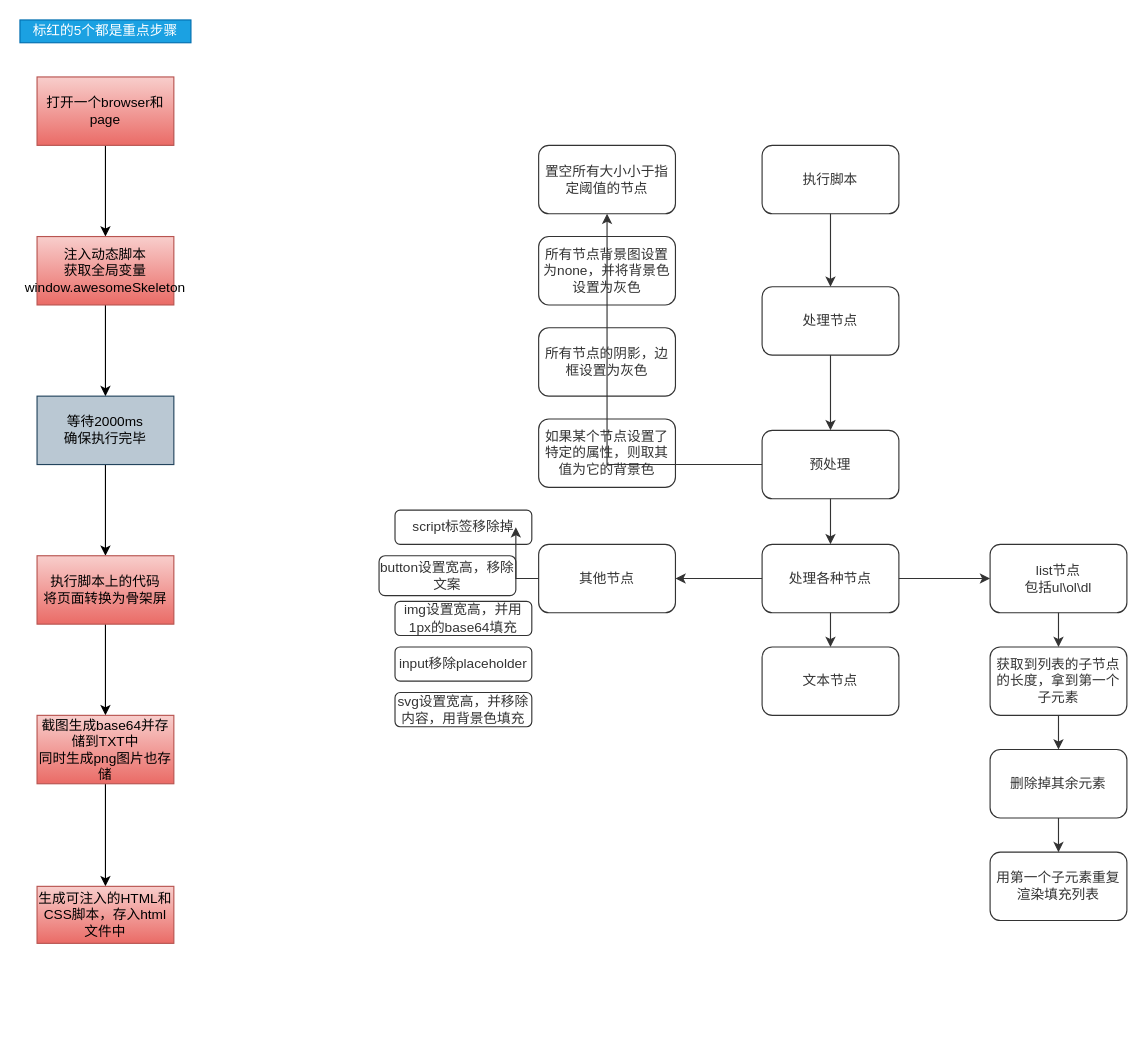
This is page "Page-1" (2 of 2) of doc/基本流程.drawio from Cecilia-Hee/panda-skeleton, a draw.io file, before an edit. Source tidied: cells renumbered, new cells numbered last; positions are measured from the earlier drawing's top-left corner, leaving out a move shared by most shapes. Both pictures are drawn from the tidied source at 114%, with x=0, y=0 at pixel (19, 19).
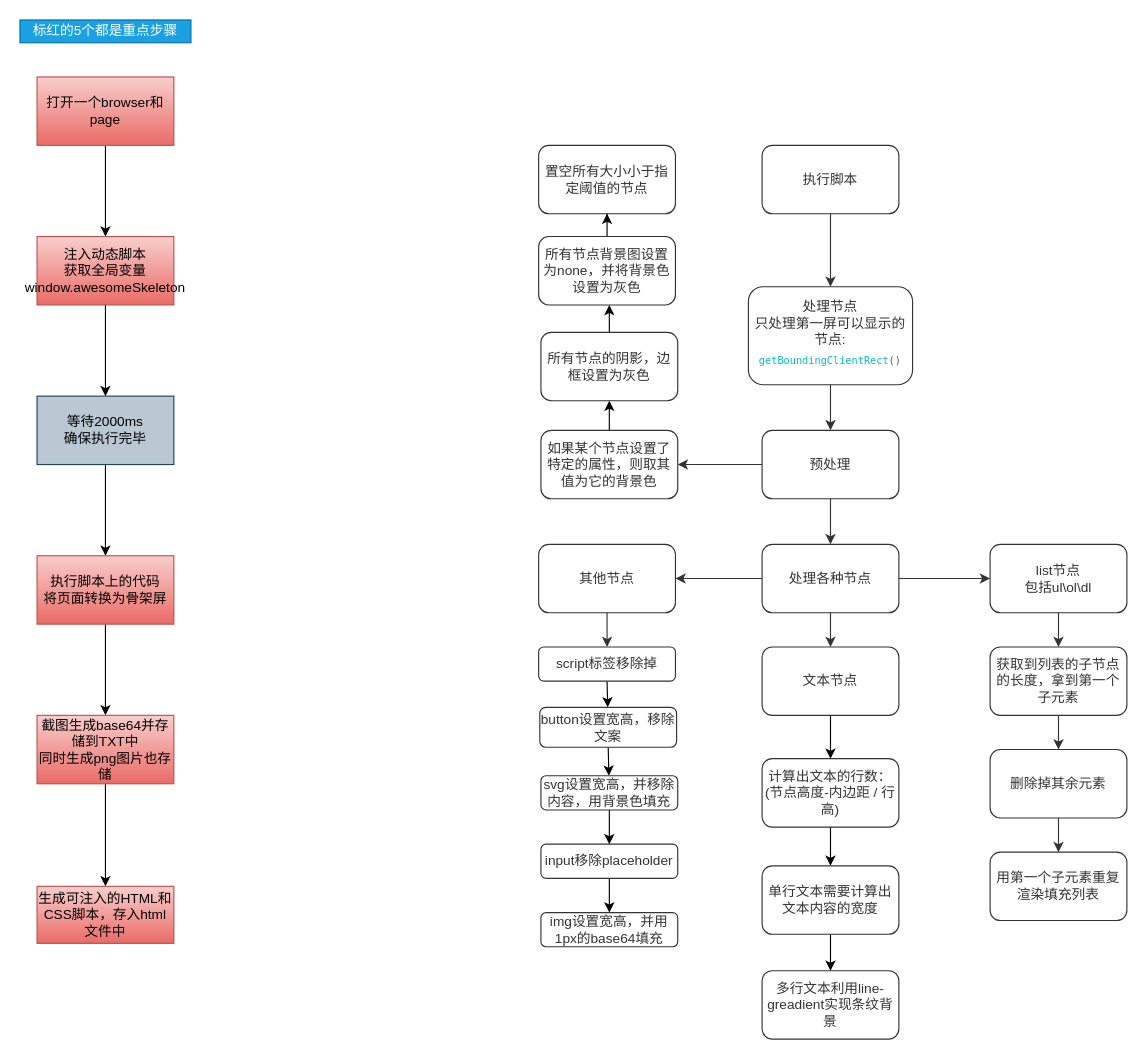
The same page after the edit.

The change refers to these unchanged cells:
```xml
<mxCell id="20" value="预处理" style="rounded=1;whiteSpace=wrap;html=1;fillColor=none;strokeColor=#333333;fontColor=#333333;labelBackgroundColor=none;" parent="1" vertex="1">
  <mxGeometry x="651" y="360" width="120" height="60" as="geometry" />
</mxCell>
<mxCell id="32" value="文本节点" style="rounded=1;whiteSpace=wrap;html=1;fillColor=none;strokeColor=#333333;fontColor=#333333;labelBackgroundColor=none;" parent="1" vertex="1">
  <mxGeometry x="651" y="550" width="120" height="60" as="geometry" />
</mxCell>
<mxCell id="36" value="置空所有大小小于指定阈值的节点" style="rounded=1;whiteSpace=wrap;html=1;fillColor=none;strokeColor=#333333;fontColor=#333333;labelBackgroundColor=none;" parent="1" vertex="1">
  <mxGeometry x="455" y="110" width="120" height="60" as="geometry" />
</mxCell>
<mxCell id="37" value="所有节点背景图设置为none，并将背景色设置为灰色" style="rounded=1;whiteSpace=wrap;html=1;fillColor=none;strokeColor=#333333;fontColor=#333333;labelBackgroundColor=none;" parent="1" vertex="1">
  <mxGeometry x="455" y="190" width="120" height="60" as="geometry" />
</mxCell>
```

Diff of the diagram source:
```diff
@@
-    <mxCell id="17" value="处理节点" style="rounded=1;whiteSpace=wrap;html=1;fillColor=none;strokeColor=#333333;fontColor=#333333;labelBackgroundColor=none;" parent="1" vertex="1">
-      <mxGeometry x="651" y="234" width="120" height="60" as="geometry" />
+    <mxCell id="17" value="处理节点&lt;br&gt;只处理第一屏可以显示的节点:&lt;br&gt;&lt;div style=&quot;color: rgb(93 , 93 , 95) ; font-family: &amp;#34;menlo&amp;#34; , &amp;#34;monaco&amp;#34; , &amp;#34;courier new&amp;#34; , monospace ; line-height: 21px ; font-size: 9px&quot;&gt;&lt;span style=&quot;background-color: rgb(255 , 255 , 255)&quot;&gt;&lt;span style=&quot;color: rgb(0 , 190 , 196)&quot;&gt;getBoundingClientRect&lt;/span&gt;()&lt;/span&gt;&lt;/div&gt;" style="rounded=1;whiteSpace=wrap;html=1;fillColor=none;strokeColor=#333333;fontColor=#333333;labelBackgroundColor=none;" parent="1" vertex="1">
+      <mxGeometry x="639" y="234" width="144" height="86" as="geometry" />
     </mxCell>
-    <mxCell id="18" style="edgeStyle=orthogonalEdgeStyle;rounded=0;jettySize=auto;html=1;fontColor=#333333;fillColor=none;strokeColor=#333333;labelBackgroundColor=none;" parent="1" edge="1" source="20" target="36">
+    <mxCell id="18" style="edgeStyle=orthogonalEdgeStyle;rounded=0;jettySize=auto;html=1;fontColor=#333333;fillColor=none;strokeColor=#333333;labelBackgroundColor=none;" parent="1" edge="1" source="20" target="39">
       <mxGeometry relative="1" as="geometry" />
     </mxCell>
@@
+    <mxCell id="44" style="edgeStyle=none;rounded=0;jettySize=auto;html=1;" parent="1" edge="1" source="32" target="46">
+      <mxGeometry relative="1" as="geometry" />
+    </mxCell>
@@
+    <mxCell id="45" style="edgeStyle=none;rounded=0;jettySize=auto;html=1;" parent="1" edge="1" source="46" target="48">
+      <mxGeometry relative="1" as="geometry" />
+    </mxCell>
+    <mxCell id="46" value="计算出文本的行数：&lt;br&gt;(节点高度-内边距 / 行高)" style="rounded=1;whiteSpace=wrap;html=1;fillColor=none;strokeColor=#333333;fontColor=#333333;labelBackgroundColor=none;" parent="1" vertex="1">
+      <mxGeometry x="651" y="648" width="120" height="60" as="geometry" />
+    </mxCell>
+    <mxCell id="47" style="edgeStyle=none;rounded=0;jettySize=auto;html=1;" parent="1" edge="1" source="48" target="49">
+      <mxGeometry relative="1" as="geometry" />
+    </mxCell>
+    <mxCell id="48" value="单行文本需要计算出文本内容的宽度" style="rounded=1;whiteSpace=wrap;html=1;fillColor=none;strokeColor=#333333;fontColor=#333333;labelBackgroundColor=none;" parent="1" vertex="1">
+      <mxGeometry x="651" y="742" width="120" height="60" as="geometry" />
+    </mxCell>
+    <mxCell id="49" value="多行文本利用line-greadient实现条纹背景" style="rounded=1;whiteSpace=wrap;html=1;fillColor=none;strokeColor=#333333;fontColor=#333333;labelBackgroundColor=none;" parent="1" vertex="1">
+      <mxGeometry x="651" y="834" width="120" height="60" as="geometry" />
+    </mxCell>
@@
+    <mxCell id="50" style="rounded=0;jettySize=auto;html=1;exitX=0.5;exitY=1;exitDx=0;exitDy=0;" parent="1" edge="1" source="35" target="40">
+      <mxGeometry relative="1" as="geometry" />
+    </mxCell>
     <mxCell id="35" value="script标签移除掉" style="rounded=1;whiteSpace=wrap;html=1;fillColor=none;strokeColor=#333333;fontColor=#333333;labelBackgroundColor=none;" parent="1" vertex="1">
-      <mxGeometry x="329" y="430" width="120" height="30" as="geometry" />
+      <mxGeometry x="455" y="550" width="120" height="30" as="geometry" />
     </mxCell>
@@
+    <mxCell id="51" style="edgeStyle=orthogonalEdgeStyle;rounded=0;jettySize=auto;html=1;" parent="1" edge="1" source="37" target="36">
+      <mxGeometry relative="1" as="geometry" />
+    </mxCell>
@@
+    <mxCell id="52" style="edgeStyle=orthogonalEdgeStyle;rounded=0;jettySize=auto;html=1;" parent="1" edge="1" source="38" target="37">
+      <mxGeometry relative="1" as="geometry">
+        <Array as="points">
+          <mxPoint x="515" y="250" />
+          <mxPoint x="515" y="250" />
+        </Array>
+      </mxGeometry>
+    </mxCell>
     <mxCell id="38" value="所有节点的阴影，边框设置为灰色" style="rounded=1;whiteSpace=wrap;html=1;fillColor=none;strokeColor=#333333;fontColor=#333333;labelBackgroundColor=none;" parent="1" vertex="1">
-      <mxGeometry x="455" y="270" width="120" height="60" as="geometry" />
+      <mxGeometry x="457" y="274" width="120" height="60" as="geometry" />
     </mxCell>
+    <mxCell id="53" style="edgeStyle=orthogonalEdgeStyle;rounded=0;jettySize=auto;html=1;" parent="1" edge="1" source="39" target="38">
+      <mxGeometry relative="1" as="geometry" />
+    </mxCell>
     <mxCell id="39" value="如果某个节点设置了特定的属性，则取其值为它的背景色" style="rounded=1;whiteSpace=wrap;html=1;fillColor=none;strokeColor=#333333;fontColor=#333333;labelBackgroundColor=none;" parent="1" vertex="1">
-      <mxGeometry x="455" y="350" width="120" height="60" as="geometry" />
+      <mxGeometry x="457" y="360" width="120" height="60" as="geometry" />
     </mxCell>
+    <mxCell id="54" style="rounded=0;jettySize=auto;html=1;exitX=0.5;exitY=1;exitDx=0;exitDy=0;" parent="1" edge="1" source="40" target="43">
+      <mxGeometry relative="1" as="geometry" />
+    </mxCell>
     <mxCell id="40" value="button设置宽高，移除文案" style="rounded=1;whiteSpace=wrap;html=1;fillColor=none;strokeColor=#333333;fontColor=#333333;labelBackgroundColor=none;" parent="1" vertex="1">
-      <mxGeometry x="315" y="470" width="120" height="35" as="geometry" />
+      <mxGeometry x="456" y="603" width="120" height="35" as="geometry" />
     </mxCell>
     <mxCell id="41" value="img设置宽高，并用1px的base64填充" style="rounded=1;whiteSpace=wrap;html=1;fillColor=none;strokeColor=#333333;fontColor=#333333;labelBackgroundColor=none;" parent="1" vertex="1">
-      <mxGeometry x="329" y="510" width="120" height="30" as="geometry" />
+      <mxGeometry x="457" y="783" width="120" height="30" as="geometry" />
     </mxCell>
+    <mxCell id="55" style="edgeStyle=none;rounded=0;jettySize=auto;html=1;exitX=0.5;exitY=1;exitDx=0;exitDy=0;entryX=0.5;entryY=0;entryDx=0;entryDy=0;" parent="1" edge="1" source="42" target="41">
+      <mxGeometry relative="1" as="geometry" />
+    </mxCell>
     <mxCell id="42" value="input移除placeholder" style="rounded=1;whiteSpace=wrap;html=1;fillColor=none;strokeColor=#333333;fontColor=#333333;labelBackgroundColor=none;" parent="1" vertex="1">
-      <mxGeometry x="329" y="550" width="120" height="30" as="geometry" />
+      <mxGeometry x="457" y="723" width="120" height="30" as="geometry" />
     </mxCell>
+    <mxCell id="56" style="rounded=0;jettySize=auto;html=1;exitX=0.5;exitY=1;exitDx=0;exitDy=0;" parent="1" edge="1" source="43" target="42">
+      <mxGeometry relative="1" as="geometry" />
+    </mxCell>
     <mxCell id="43" value="svg设置宽高，并移除内容，用背景色填充" style="rounded=1;whiteSpace=wrap;html=1;fillColor=none;strokeColor=#333333;fontColor=#333333;labelBackgroundColor=none;" parent="1" vertex="1">
-      <mxGeometry x="329" y="590" width="120" height="30" as="geometry" />
+      <mxGeometry x="457" y="663" width="120" height="30" as="geometry" />
     </mxCell>
```
